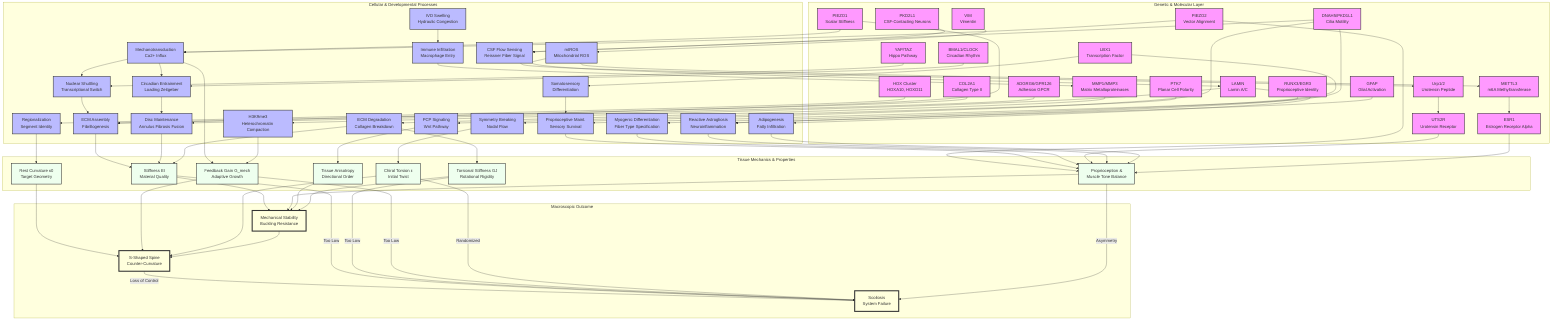
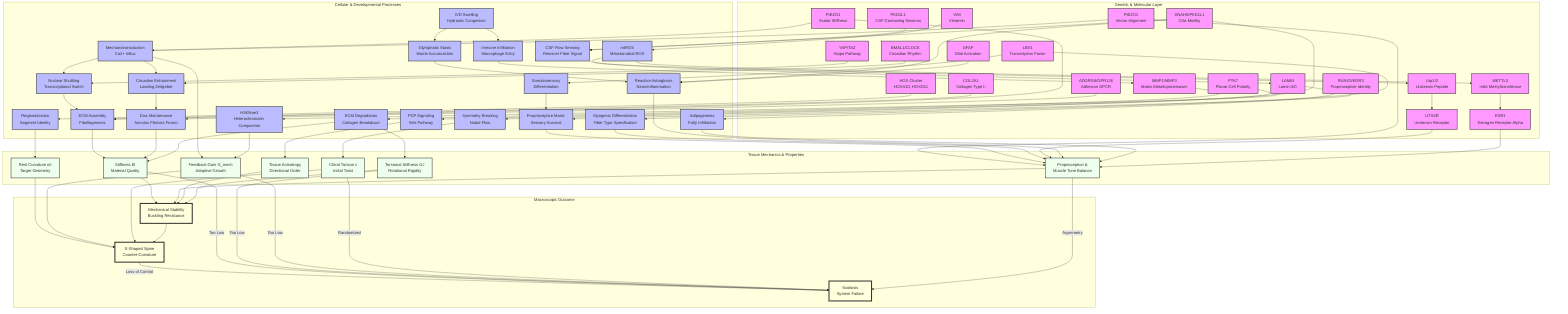
graph TD
    %% Subgraphs for Organization
    subgraph Genetics [Genetic & Molecular Layer]
        HOX[HOX Cluster<br/>HOXA10, HOXD11]
        COL[COL2A1<br/>Collagen Type II]
        PIEZO1[PIEZO1<br/>Scalar Stiffness]
        PIEZO2[PIEZO2<br/>Vector Alignment]
        CILIA[DNAH5/PKD1L1<br/>Cilia Motility]
        LBX1[LBX1<br/>Transcription Factor]
        ADGRG6[ADGRG6/GPR126<br/>Adhesion GPCR]
        PTK7[PTK7<br/>Planar Cell Polarity]
        YAP[YAP/TAZ<br/>Hippo Pathway]
        PKD2L1[PKD2L1<br/>CSF-Contacting Neurons]
        MMP[MMP1/MMP3<br/>Matrix Metalloproteinases]
        URP[Urp1/2<br/>Urotensin Peptide]
        UTS2R[UTS2R<br/>Urotensin Receptor]
        GFAP[GFAP<br/>Glial Activation]
        VIM[VIM<br/>Vimentin]
        LAMIN[LAMIN<br/>Lamin A/C]
        BMAL1[BMAL1/CLOCK<br/>Circadian Rhythm]
        RUNX3[RUNX3/EGR3<br/>Proprioceptive Identity]
        METTL3[METTL3<br/>m6A Methyltransferase]
        ESR1[ESR1<br/>Estrogen Receptor Alpha]
    end

    subgraph Processes [Cellular & Developmental Processes]
        Astrogliosis[Reactive Astrogliosis<br/>Neuroinflammation]
        Region[Regionalization<br/>Segment Identity]
        ECM_Assembly[ECM Assembly<br/>Fibrillogenesis]
        Nucl_Shuttle[Nuclear Shuttling<br/>Transcriptional Switch]
        Mech_Trans[Mechanotransduction<br/>Ca2+ Influx]
        Sym_Break[Symmetry Breaking<br/>Nodal Flow]
        CSF_Sensing[CSF Flow Sensing<br/>Reissner Fiber Signal]
        Neur_Diff[Somatosensory<br/>Differentiation]
        Muscle_Diff[Myogenic Differentiation<br/>Fiber Type Specification]
        Disc_Maint[Disc Maintenance<br/>Annulus Fibrosis Fusion]
        PCP_Sig[PCP Signaling<br/>Wnt Pathway]
        Degradation[ECM Degradation<br/>Collagen Breakdown]
        mtROS[mtROS<br/>Mitochondrial ROS]
        Adipogenesis[Adipogenesis<br/>Fatty Infiltration]
        Hydraulic_Congestion[IVD Swelling<br/>Hydraulic Congestion]
        Immune_Infilt[Immune Infiltration<br/>Macrophage Entry]
        Circadian_Entrain[Circadian Entrainment<br/>Loading Zeitgeber]
        Proprio_Maint[Proprioceptive Maint.<br/>Sensory Survival]
        H3K9me3[H3K9me3<br/>Heterochromatin Compaction]
+         Glymphatic_Stasis[Glymphatic Stasis<br/>Waste Accumulation]
    end

    subgraph Tissue [Tissue Mechanics & Properties]
        Rest_Kappa[Rest Curvature κ0<br/>Target Geometry]
        Stiffness[Stiffness EI<br/>Material Quality]
        Torsional_Stiffness[Torsional Stiffness GJ<br/>Rotational Rigidity]
        Gain[Feedback Gain G_mech<br/>Adaptive Growth]
        Torsion[Chiral Torsion ε<br/>Initial Twist]
        Muscle_Tone[Proprioception &<br/>Muscle Tone Balance]
        Anisotropy[Tissue Anisotropy<br/>Directional Order]
    end

    subgraph Outcome [Macroscopic Outcome]
        S_Curve[S-Shaped Spine<br/>Counter-Curvature]
        Stability[Mechanical Stability<br/>Buckling Resistance]
        Scoliosis[Scoliosis<br/>System Failure]
    end

    %% Connections
    HOX --> Region
    Region --> Rest_Kappa
    Rest_Kappa --> S_Curve

    COL --> ECM_Assembly
    ECM_Assembly --> Stiffness
    Stiffness --> Stability

    PIEZO1 --> Mech_Trans
    PIEZO2 --> Mech_Trans
    Mech_Trans --> Gain
    Gain --> S_Curve

    %% NEW ARC: Piezo Duality (Vector-Scalar Mismatch)
    PIEZO1 --> ECM_Assembly
    PIEZO2 --> Muscle_Tone

    CILIA --> Sym_Break
    Sym_Break --> Torsion
    Torsion --> S_Curve

    LBX1 --> Neur_Diff
    LBX1 --> Muscle_Diff
    Neur_Diff --> Proprio_Maint
    Proprio_Maint --> Muscle_Tone
    Muscle_Diff --> Muscle_Tone
    Muscle_Tone --> Stability

    %% NEW ARC: Proprioceptive Maintenance
    RUNX3 --> Proprio_Maint

    %% NEW ARC: ADGRG6
    ADGRG6 --> Disc_Maint
    Disc_Maint --> Stiffness

    %% NEW ARC: PTK7
    PTK7 --> PCP_Sig
    PCP_Sig --> Anisotropy
    Anisotropy --> Stability

    %% NEW ARC: YAP/TAZ
    YAP --> Nucl_Shuttle
    Nucl_Shuttle --> ECM_Assembly
    Mech_Trans --> Nucl_Shuttle

    %% NEW ARC: CSF/Reissner Fiber
    CILIA --> CSF_Sensing
    PKD2L1 --> CSF_Sensing
    CSF_Sensing --> URP
    URP --> UTS2R
    UTS2R --> Muscle_Tone

    %% NEW ARC: MMP Degradation
    MMP --> Degradation
    Degradation --> Stiffness

    %% NEW ARC: Neuro-Inflammatory Pathway
    CILIA --> Astrogliosis
    GFAP --> Astrogliosis
    Astrogliosis --> Muscle_Tone

    %% NEW ARC: Vimentin Metabolic Switch
    VIM --> mtROS
    mtROS --> LAMIN
    LAMIN --> Adipogenesis
    Adipogenesis --> Muscle_Tone

    %% NEW ARC: Inflamed Torsion
    Hydraulic_Congestion --> Immune_Infilt
    Immune_Infilt --> MMP
    Degradation --> Torsional_Stiffness
    Torsional_Stiffness --> Stability

+     %% NEW ARC: Glymphatic Stasis
+     Hydraulic_Congestion --> Glymphatic_Stasis
+     Glymphatic_Stasis --> Astrogliosis
+ 
    %% Cross-Talk and Failures
    Stability --> S_Curve
    S_Curve -- "Loss of Control" --> Scoliosis
    Stiffness -- "Too Low" --> Scoliosis
    Torsional_Stiffness -- "Too Low" --> Scoliosis
    Gain -- "Too Low" --> Scoliosis
    Torsion -- "Randomized" --> Scoliosis
    Muscle_Tone -- "Asymmetry" --> Scoliosis

    %% Styling
    classDef gene fill:#f9f,stroke:#333,stroke-width:2px;
    classDef process fill:#bbf,stroke:#333,stroke-width:2px;
    classDef tissue fill:#efe,stroke:#333,stroke-width:2px;
    classDef outcome fill:#ffd,stroke:#333,stroke-width:4px;

    %% NEW ARC: Spinal Jetlag
    BMAL1 --> Circadian_Entrain
    Mech_Trans --> Circadian_Entrain
    Circadian_Entrain --> Disc_Maint

    %% NEW ARC: Epigenetic Asymmetry
    mtROS --> METTL3
    METTL3 --> ESR1
    ESR1 --> Muscle_Tone

    %% NEW ARC: Nuclear Stiffness (Scalar Senescence)
    LAMIN --> H3K9me3
    H3K9me3 --> Gain

    class HOX,COL,PIEZO1,PIEZO2,CILIA,LBX1,ADGRG6,PTK7,YAP,PKD2L1,MMP,URP,UTS2R,GFAP,VIM,LAMIN,BMAL1,RUNX3,METTL3,ESR1 gene;
-     class Region,ECM_Assembly,Mech_Trans,Sym_Break,Neur_Diff,Muscle_Diff,Disc_Maint,PCP_Sig,Nucl_Shuttle,CSF_Sensing,Degradation,Astrogliosis,mtROS,Adipogenesis,Hydraulic_Congestion,Immune_Infilt,Circadian_Entrain,Proprio_Maint,H3K9me3 process;
+     class Region,ECM_Assembly,Mech_Trans,Sym_Break,Neur_Diff,Muscle_Diff,Disc_Maint,PCP_Sig,Nucl_Shuttle,CSF_Sensing,Degradation,Astrogliosis,mtROS,Adipogenesis,Hydraulic_Congestion,Immune_Infilt,Circadian_Entrain,Proprio_Maint,H3K9me3,Glymphatic_Stasis process;
    class Rest_Kappa,Stiffness,Torsional_Stiffness,Gain,Torsion,Muscle_Tone,Anisotropy tissue;
    class S_Curve,Stability,Scoliosis outcome;
